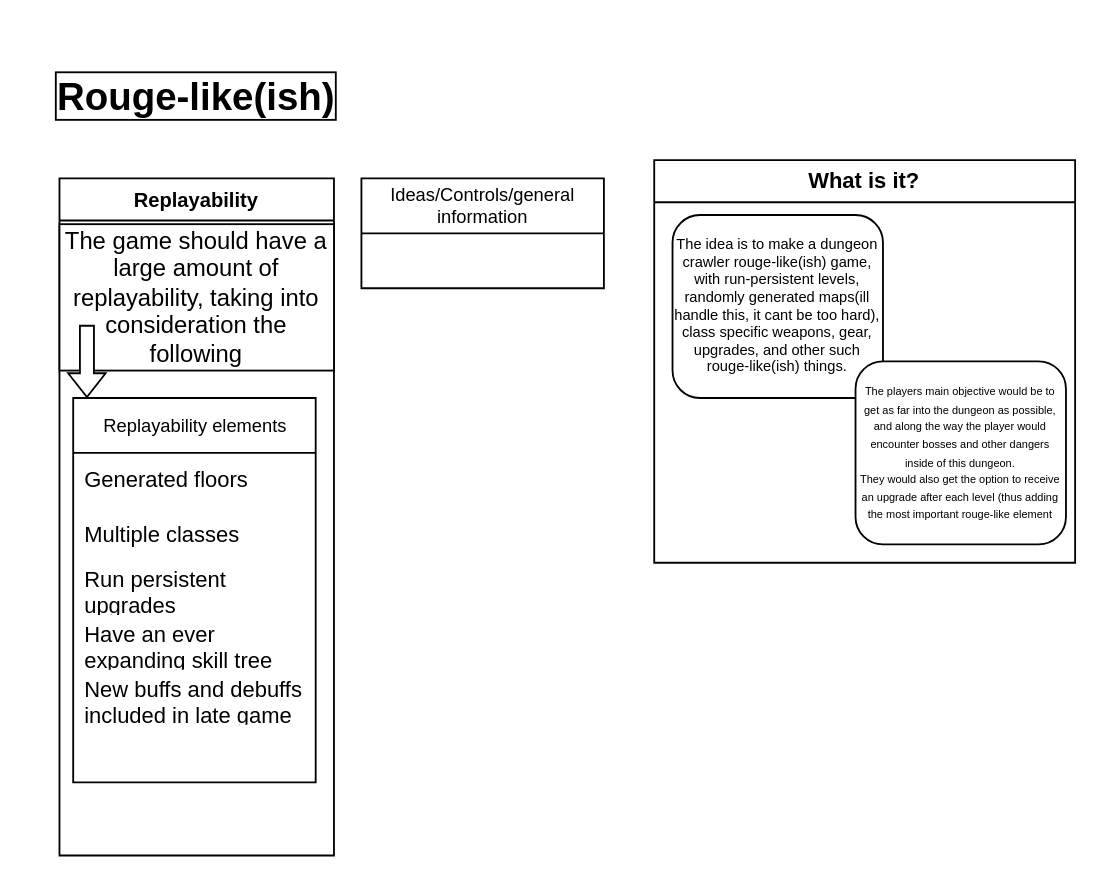
The draw.io diagram rouge-like(ish).drawio in cheeseEnthusiasts/ideas, before the edit. Source tidied: cells renumbered, new cells numbered last; positions are measured from the earlier drawing's top-left corner, leaving out a move shared by most shapes. Both pictures are drawn from the tidied source at 183%, with x=0, y=0 at pixel (31, 31).
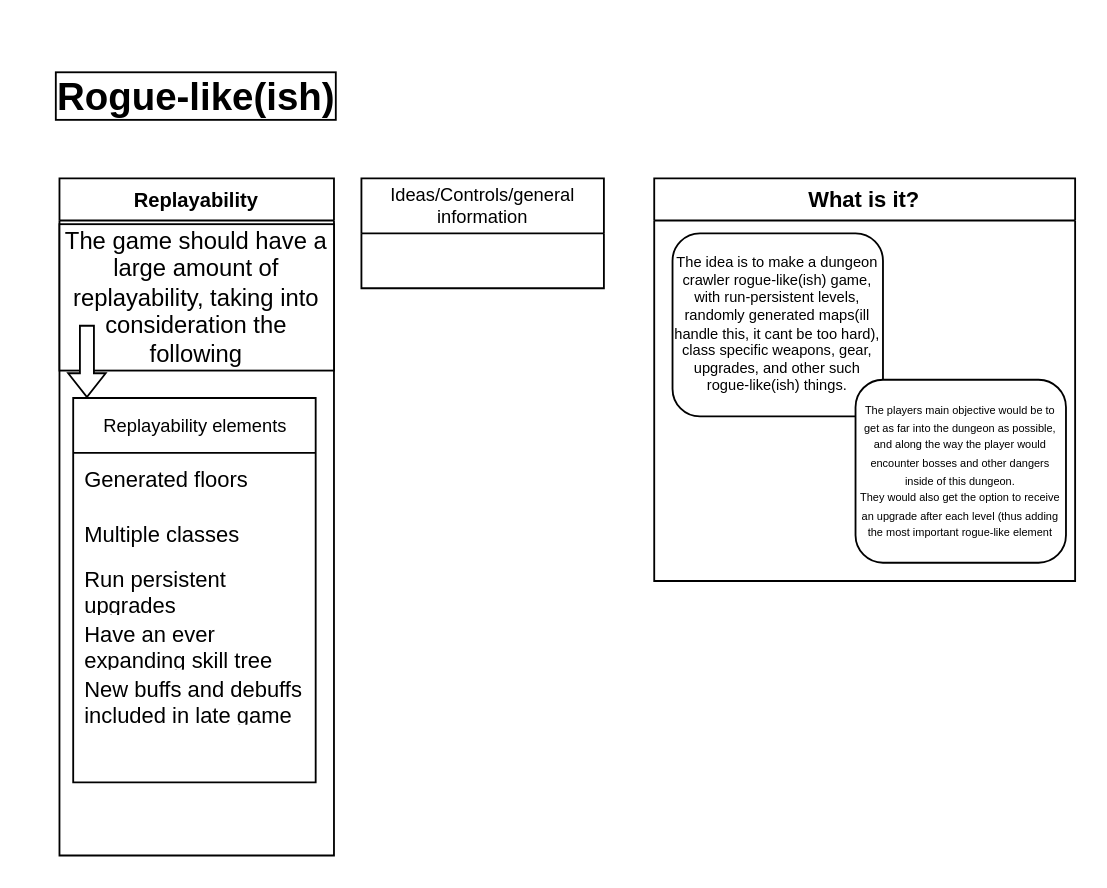
The same diagram, later.

Commit message:
spelled rogue correctly :(

What changed in the source:
```diff
@@
 <mxGraphModel>
   <root>
     <mxCell id="0" />
     <mxCell id="1" parent="0" />
-    <mxCell id="2" value="Rouge-like(ish)" style="text;strokeColor=none;fillColor=none;align=center;verticalAlign=middle;rounded=0;fontSize=21;fontStyle=1;labelBorderColor=default;labelBackgroundColor=default;whiteSpace=wrap;html=1;" parent="1" vertex="1">
+    <mxCell id="2" value="Rogue-like(ish)" style="text;strokeColor=none;fillColor=none;align=center;verticalAlign=middle;rounded=0;fontSize=21;fontStyle=1;labelBorderColor=default;labelBackgroundColor=default;whiteSpace=wrap;html=1;" parent="1" vertex="1">
       <mxGeometry width="180" height="70" as="geometry" />
     </mxCell>
     <mxCell id="3" value="What is it?" style="swimlane;whiteSpace=wrap;html=1;" parent="1" vertex="1">
-      <mxGeometry x="340" y="70" width="230" height="220" as="geometry" />
+      <mxGeometry x="340" y="80" width="230" height="220" as="geometry" />
     </mxCell>
-    <mxCell id="4" value="The idea is to make a dungeon crawler rouge-like(ish) game, with run-persistent levels, randomly generated maps(ill handle this, it cant be too hard), class specific weapons, gear, upgrades, and other such rouge-like(ish) things." style="rounded=1;whiteSpace=wrap;html=1;fontSize=8;" parent="3" vertex="1">
+    <mxCell id="4" value="The idea is to make a dungeon crawler rogue-like(ish) game, with run-persistent levels, randomly generated maps(ill handle this, it cant be too hard), class specific weapons, gear, upgrades, and other such rogue-like(ish) things." style="rounded=1;whiteSpace=wrap;html=1;fontSize=8;" parent="3" vertex="1">
       <mxGeometry x="10" y="30" width="115" height="100" as="geometry" />
     </mxCell>
-    <mxCell id="5" value="&lt;font style=&quot;font-size: 6px;&quot;&gt;The players main objective would be to get as far into the dungeon as possible, and along the way the player would encounter bosses and other dangers inside of this dungeon.&lt;br&gt;They would also get the option to receive an upgrade after each level (thus adding the most important rouge-like element&lt;/font&gt;" style="rounded=1;whiteSpace=wrap;html=1;fontSize=8;" parent="3" vertex="1">
+    <mxCell id="5" value="&lt;font style=&quot;font-size: 6px;&quot;&gt;The players main objective would be to get as far into the dungeon as possible, and along the way the player would encounter bosses and other dangers inside of this dungeon.&lt;br&gt;They would also get the option to receive an upgrade after each level (thus adding the most important rogue-like element&lt;/font&gt;" style="rounded=1;whiteSpace=wrap;html=1;fontSize=8;" parent="3" vertex="1">
       <mxGeometry x="110" y="110" width="115" height="100" as="geometry" />
     </mxCell>
     <mxCell id="6" value="Replayability" style="swimlane;whiteSpace=wrap;html=1;fontSize=11;startSize=23;" parent="1" vertex="1">
       <mxGeometry x="15" y="80" width="150" height="370" as="geometry" />
     </mxCell>
     <mxCell id="7" value="&lt;font style=&quot;font-size: 13px;&quot;&gt;The game should have a large amount of replayability, taking into consideration the following&lt;br style=&quot;font-size: 13px;&quot;&gt;&lt;/font&gt;" style="rounded=0;whiteSpace=wrap;html=1;fontSize=13;" parent="6" vertex="1">
       <mxGeometry y="25" width="150" height="80" as="geometry" />
     </mxCell>
     <mxCell id="8" style="shape=flexArrow;endArrow=classic;html=1;rounded=0;fillColor=default;strokeWidth=1;endWidth=11.851851851851853;endSize=4.019753086419754;width=7.654320987654321;" parent="6" edge="1">
       <mxGeometry relative="1" as="geometry">
         <mxPoint x="15" y="80" as="sourcePoint" />
         <mxPoint x="15" y="120" as="targetPoint" />
       </mxGeometry>
     </mxCell>
     <mxCell id="9" value="&lt;font style=&quot;font-size: 10px;&quot;&gt;Replayability elements&lt;/font&gt;" style="swimlane;fontStyle=0;horizontal=1;startSize=30;whiteSpace=wrap;html=1;fontSize=10;" parent="6" vertex="1">
       <mxGeometry x="7.5" y="120" width="132.5" height="210" as="geometry" />
     </mxCell>
     <mxCell id="10" value="Generated floors" style="text;strokeColor=none;fillColor=none;align=left;verticalAlign=middle;spacingLeft=4;spacingRight=4;overflow=hidden;whiteSpace=wrap;html=1;" parent="9" vertex="1">
       <mxGeometry y="30" width="132.5" height="30" as="geometry" />
     </mxCell>
     <mxCell id="11" value="Multiple classes" style="text;strokeColor=none;fillColor=none;align=left;verticalAlign=middle;spacingLeft=4;spacingRight=4;overflow=hidden;whiteSpace=wrap;html=1;" parent="9" vertex="1">
       <mxGeometry y="60" width="132.5" height="30" as="geometry" />
     </mxCell>
     <mxCell id="12" value="Run persistent upgrades" style="text;strokeColor=none;fillColor=none;align=left;verticalAlign=middle;spacingLeft=4;spacingRight=4;overflow=hidden;whiteSpace=wrap;html=1;" parent="9" vertex="1">
       <mxGeometry y="90" width="132.5" height="30" as="geometry" />
     </mxCell>
     <mxCell id="13" value="Have an ever expanding skill tree" style="text;strokeColor=none;fillColor=none;align=left;verticalAlign=middle;spacingLeft=4;spacingRight=4;overflow=hidden;whiteSpace=wrap;html=1;" parent="9" vertex="1">
       <mxGeometry y="120" width="132.5" height="30" as="geometry" />
     </mxCell>
     <mxCell id="14" value="New buffs and debuffs included in late game" style="text;strokeColor=none;fillColor=none;align=left;verticalAlign=middle;spacingLeft=4;spacingRight=4;overflow=hidden;whiteSpace=wrap;html=1;" parent="9" vertex="1">
       <mxGeometry y="150" width="132.5" height="30" as="geometry" />
     </mxCell>
     <mxCell id="15" style="text;strokeColor=none;fillColor=none;align=left;verticalAlign=middle;spacingLeft=4;spacingRight=4;overflow=hidden;whiteSpace=wrap;html=1;" parent="9" vertex="1">
       <mxGeometry y="180" width="132.5" height="30" as="geometry" />
     </mxCell>
     <mxCell id="16" value="Ideas/Controls/general information" style="swimlane;fontStyle=0;horizontal=1;startSize=30;whiteSpace=wrap;html=1;fontSize=10;" parent="1" vertex="1">
       <mxGeometry x="180" y="80" width="132.5" height="60" as="geometry" />
     </mxCell>
     <mxCell id="17" style="text;strokeColor=none;fillColor=none;align=left;verticalAlign=middle;spacingLeft=4;spacingRight=4;overflow=hidden;whiteSpace=wrap;html=1;" parent="16" vertex="1">
       <mxGeometry y="30" width="132.5" height="30" as="geometry" />
     </mxCell>
   </root>
 </mxGraphModel>
```
